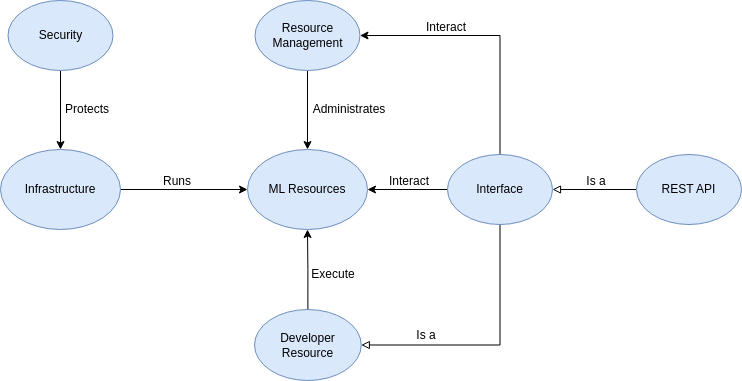
The draw.io diagram thematic_analysis/diagrams/exports/HigherOrderDiagram.drawio.png in ruizsalvat/Master-Project-Information-Sciences, before a commit. Source tidied: cells renumbered, new cells last; positions are measured from the earlier drawing's top-left corner, leaving out a move shared by most shapes. Source of this version:
```xml
<mxGraphModel>
  <root>
    <mxCell id="0" />
    <mxCell id="1" parent="0" />
    <mxCell id="2" style="edgeStyle=orthogonalEdgeStyle;rounded=0;jettySize=auto;html=1;" parent="1" edge="1" source="3" target="8">
      <mxGeometry relative="1" as="geometry" />
    </mxCell>
    <mxCell id="3" value="Security" style="ellipse;whiteSpace=wrap;html=1;fillColor=#dae8fc;strokeColor=#6c8ebf;" parent="1" vertex="1">
      <mxGeometry x="7.5" width="105" height="70" as="geometry" />
    </mxCell>
    <mxCell id="4" style="edgeStyle=orthogonalEdgeStyle;rounded=0;jettySize=auto;html=1;entryX=0.5;entryY=0;entryDx=0;entryDy=0;" parent="1" edge="1" source="5" target="6">
      <mxGeometry relative="1" as="geometry" />
    </mxCell>
    <mxCell id="5" value="Resource Management" style="ellipse;whiteSpace=wrap;html=1;fillColor=#dae8fc;strokeColor=#6c8ebf;" parent="1" vertex="1">
      <mxGeometry x="254.5" width="105" height="70" as="geometry" />
    </mxCell>
    <mxCell id="6" value="ML Resources" style="ellipse;whiteSpace=wrap;html=1;fillColor=#dae8fc;strokeColor=#6c8ebf;" parent="1" vertex="1">
      <mxGeometry x="247" y="149" width="120" height="80" as="geometry" />
    </mxCell>
    <mxCell id="7" style="edgeStyle=orthogonalEdgeStyle;rounded=0;jettySize=auto;html=1;entryX=0;entryY=0.5;entryDx=0;entryDy=0;" parent="1" edge="1" source="8" target="6">
      <mxGeometry relative="1" as="geometry" />
    </mxCell>
    <mxCell id="8" value="Infrastructure" style="ellipse;whiteSpace=wrap;html=1;fillColor=#dae8fc;strokeColor=#6c8ebf;" parent="1" vertex="1">
      <mxGeometry y="149" width="120" height="80" as="geometry" />
    </mxCell>
    <mxCell id="9" style="edgeStyle=orthogonalEdgeStyle;rounded=0;jettySize=auto;html=1;entryX=0.5;entryY=1;entryDx=0;entryDy=0;" parent="1" edge="1" source="10" target="6">
      <mxGeometry relative="1" as="geometry" />
    </mxCell>
    <mxCell id="10" value="Developer Resource" style="ellipse;whiteSpace=wrap;html=1;fillColor=#dae8fc;strokeColor=#6c8ebf;" parent="1" vertex="1">
      <mxGeometry x="254" y="309" width="106.8" height="71" as="geometry" />
    </mxCell>
    <mxCell id="11" value="Administrates" style="text;html=1;align=center;verticalAlign=middle;whiteSpace=wrap;rounded=0;" parent="1" vertex="1">
      <mxGeometry x="319" y="94" width="60" height="30" as="geometry" />
    </mxCell>
    <mxCell id="12" value="Execute" style="text;html=1;align=center;verticalAlign=middle;whiteSpace=wrap;rounded=0;" parent="1" vertex="1">
      <mxGeometry x="303" y="259" width="60" height="30" as="geometry" />
    </mxCell>
    <mxCell id="13" value="Protects" style="text;html=1;align=center;verticalAlign=middle;whiteSpace=wrap;rounded=0;" parent="1" vertex="1">
      <mxGeometry x="56.5" y="94" width="60" height="30" as="geometry" />
    </mxCell>
    <mxCell id="14" value="Runs" style="text;html=1;align=center;verticalAlign=middle;whiteSpace=wrap;rounded=0;" parent="1" vertex="1">
      <mxGeometry x="147" y="166" width="60" height="30" as="geometry" />
    </mxCell>
    <mxCell id="15" style="edgeStyle=orthogonalEdgeStyle;rounded=0;jettySize=auto;html=1;entryX=1;entryY=0.5;entryDx=0;entryDy=0;exitX=0.5;exitY=0;exitDx=0;exitDy=0;" parent="1" edge="1" source="18" target="5">
      <mxGeometry relative="1" as="geometry" />
    </mxCell>
    <mxCell id="16" style="edgeStyle=orthogonalEdgeStyle;rounded=0;jettySize=auto;html=1;entryX=1;entryY=0.5;entryDx=0;entryDy=0;" parent="1" edge="1" source="18" target="6">
      <mxGeometry relative="1" as="geometry" />
    </mxCell>
    <mxCell id="17" style="edgeStyle=orthogonalEdgeStyle;rounded=0;jettySize=auto;html=1;exitX=0.5;exitY=1;exitDx=0;exitDy=0;entryX=1;entryY=0.5;entryDx=0;entryDy=0;endArrow=block;endFill=0;" parent="1" edge="1" source="18" target="10">
      <mxGeometry relative="1" as="geometry" />
    </mxCell>
    <mxCell id="18" value="Interface" style="ellipse;whiteSpace=wrap;html=1;fillColor=#dae8fc;strokeColor=#6c8ebf;" parent="1" vertex="1">
      <mxGeometry x="447" y="154" width="105" height="70" as="geometry" />
    </mxCell>
    <mxCell id="19" style="edgeStyle=orthogonalEdgeStyle;rounded=0;jettySize=auto;html=1;exitX=0;exitY=0.5;exitDx=0;exitDy=0;entryX=1;entryY=0.5;entryDx=0;entryDy=0;endArrow=block;endFill=0;" parent="1" edge="1" source="20" target="18">
      <mxGeometry relative="1" as="geometry" />
    </mxCell>
    <mxCell id="20" value="REST API" style="ellipse;whiteSpace=wrap;html=1;fillColor=#dae8fc;strokeColor=#6c8ebf;" parent="1" vertex="1">
      <mxGeometry x="636" y="154" width="105" height="70" as="geometry" />
    </mxCell>
    <mxCell id="21" value="Is a" style="text;html=1;align=center;verticalAlign=middle;whiteSpace=wrap;rounded=0;" parent="1" vertex="1">
      <mxGeometry x="396" y="320" width="60" height="30" as="geometry" />
    </mxCell>
    <mxCell id="22" value="Is a" style="text;html=1;align=center;verticalAlign=middle;whiteSpace=wrap;rounded=0;" parent="1" vertex="1">
      <mxGeometry x="566" y="166" width="60" height="30" as="geometry" />
    </mxCell>
    <mxCell id="23" value="Interact" style="text;html=1;align=center;verticalAlign=middle;whiteSpace=wrap;rounded=0;" parent="1" vertex="1">
      <mxGeometry x="416" y="12" width="60" height="30" as="geometry" />
    </mxCell>
    <mxCell id="24" value="Interact" style="text;html=1;align=center;verticalAlign=middle;whiteSpace=wrap;rounded=0;" parent="1" vertex="1">
      <mxGeometry x="379" y="166" width="60" height="30" as="geometry" />
    </mxCell>
  </root>
</mxGraphModel>
```
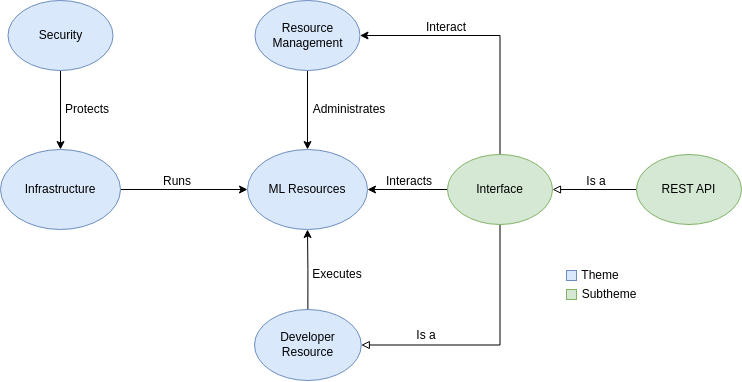
After the change.

The edit, as a diff of the source:
```diff
@@ -32,8 +32,8 @@
     <mxCell id="11" value="Administrates" style="text;html=1;align=center;verticalAlign=middle;whiteSpace=wrap;rounded=0;" parent="1" vertex="1">
       <mxGeometry x="319" y="94" width="60" height="30" as="geometry" />
     </mxCell>
-    <mxCell id="12" value="Execute" style="text;html=1;align=center;verticalAlign=middle;whiteSpace=wrap;rounded=0;" parent="1" vertex="1">
-      <mxGeometry x="303" y="259" width="60" height="30" as="geometry" />
+    <mxCell id="12" value="Executes" style="text;html=1;align=center;verticalAlign=middle;whiteSpace=wrap;rounded=0;" parent="1" vertex="1">
+      <mxGeometry x="307" y="259" width="60" height="30" as="geometry" />
     </mxCell>
     <mxCell id="13" value="Protects" style="text;html=1;align=center;verticalAlign=middle;whiteSpace=wrap;rounded=0;" parent="1" vertex="1">
       <mxGeometry x="56.5" y="94" width="60" height="30" as="geometry" />
@@ -50,13 +50,13 @@
     <mxCell id="17" style="edgeStyle=orthogonalEdgeStyle;rounded=0;jettySize=auto;html=1;exitX=0.5;exitY=1;exitDx=0;exitDy=0;entryX=1;entryY=0.5;entryDx=0;entryDy=0;endArrow=block;endFill=0;" parent="1" edge="1" source="18" target="10">
       <mxGeometry relative="1" as="geometry" />
     </mxCell>
-    <mxCell id="18" value="Interface" style="ellipse;whiteSpace=wrap;html=1;fillColor=#dae8fc;strokeColor=#6c8ebf;" parent="1" vertex="1">
+    <mxCell id="18" value="Interface" style="ellipse;whiteSpace=wrap;html=1;fillColor=#d5e8d4;strokeColor=#82b366;" parent="1" vertex="1">
       <mxGeometry x="447" y="154" width="105" height="70" as="geometry" />
     </mxCell>
     <mxCell id="19" style="edgeStyle=orthogonalEdgeStyle;rounded=0;jettySize=auto;html=1;exitX=0;exitY=0.5;exitDx=0;exitDy=0;entryX=1;entryY=0.5;entryDx=0;entryDy=0;endArrow=block;endFill=0;" parent="1" edge="1" source="20" target="18">
       <mxGeometry relative="1" as="geometry" />
     </mxCell>
-    <mxCell id="20" value="REST API" style="ellipse;whiteSpace=wrap;html=1;fillColor=#dae8fc;strokeColor=#6c8ebf;" parent="1" vertex="1">
+    <mxCell id="20" value="REST API" style="ellipse;whiteSpace=wrap;html=1;fillColor=#d5e8d4;strokeColor=#82b366;" parent="1" vertex="1">
       <mxGeometry x="636" y="154" width="105" height="70" as="geometry" />
     </mxCell>
     <mxCell id="21" value="Is a" style="text;html=1;align=center;verticalAlign=middle;whiteSpace=wrap;rounded=0;" parent="1" vertex="1">
@@ -68,8 +68,20 @@
     <mxCell id="23" value="Interact" style="text;html=1;align=center;verticalAlign=middle;whiteSpace=wrap;rounded=0;" parent="1" vertex="1">
       <mxGeometry x="416" y="12" width="60" height="30" as="geometry" />
     </mxCell>
-    <mxCell id="24" value="Interact" style="text;html=1;align=center;verticalAlign=middle;whiteSpace=wrap;rounded=0;" parent="1" vertex="1">
+    <mxCell id="24" value="Interacts" style="text;html=1;align=center;verticalAlign=middle;whiteSpace=wrap;rounded=0;" parent="1" vertex="1">
       <mxGeometry x="379" y="166" width="60" height="30" as="geometry" />
     </mxCell>
+    <mxCell id="25" style="rounded=0;whiteSpace=wrap;html=1;fillColor=#dae8fc;strokeColor=#6c8ebf;" parent="1" vertex="1">
+      <mxGeometry x="566" y="270" width="10" height="10" as="geometry" />
+    </mxCell>
+    <mxCell id="26" style="rounded=0;whiteSpace=wrap;html=1;fillColor=#d5e8d4;strokeColor=#82b366;" parent="1" vertex="1">
+      <mxGeometry x="566" y="289" width="10" height="10" as="geometry" />
+    </mxCell>
+    <mxCell id="27" value="Theme" style="text;html=1;align=center;verticalAlign=middle;whiteSpace=wrap;rounded=0;" parent="1" vertex="1">
+      <mxGeometry x="575" y="265.5" width="50" height="19" as="geometry" />
+    </mxCell>
+    <mxCell id="28" value="Subtheme" style="text;html=1;align=center;verticalAlign=middle;whiteSpace=wrap;rounded=0;" parent="1" vertex="1">
+      <mxGeometry x="584" y="284.5" width="50" height="19" as="geometry" />
+    </mxCell>
   </root>
 </mxGraphModel>
```
